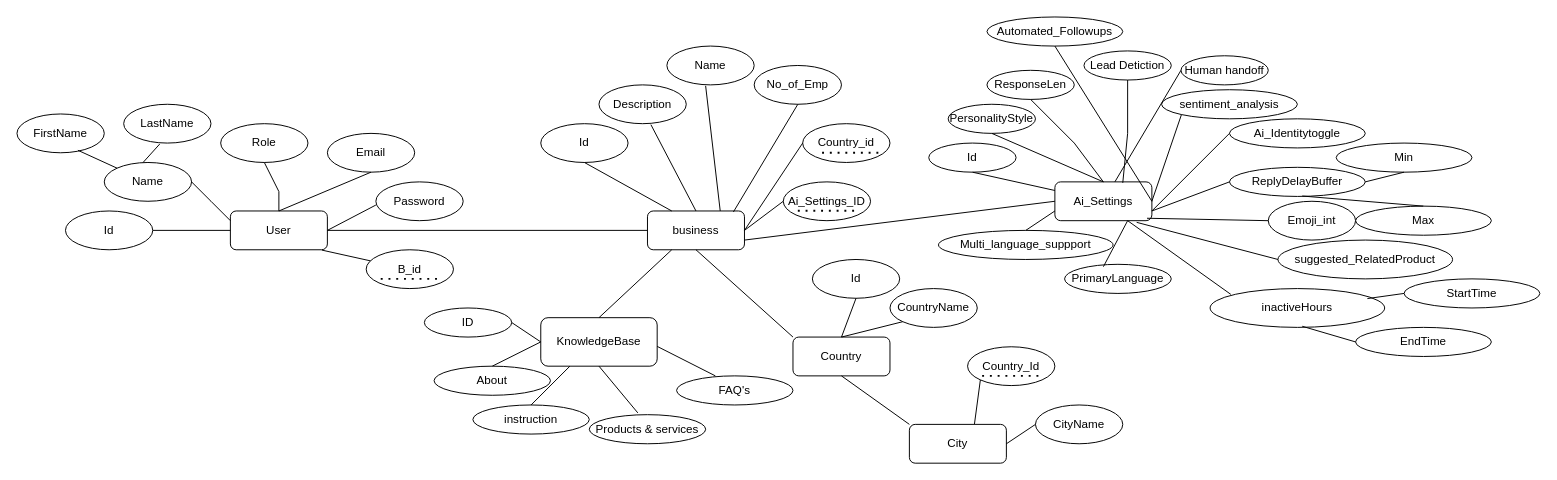
Earlier version of the draw.io diagram ErdCam.drawio (kiro314159265359/Adevanced_C02). Source tidied: cells renumbered, new cells numbered last; positions are measured from the earlier drawing's top-left corner, leaving out a move shared by most shapes. Both pictures are drawn from the tidied source at 97%, with x=0, y=0 at pixel (16, 16).
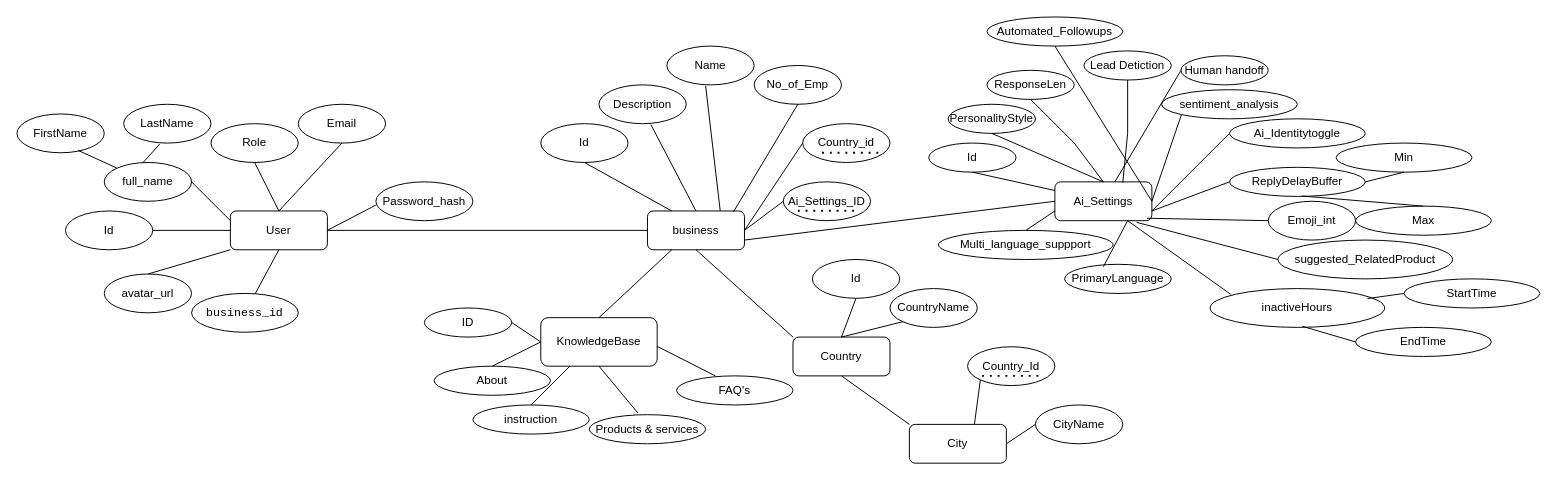
The same diagram, later.

The change refers to these unchanged cells:
```xml
<mxCell id="3" value="User" style="rounded=1;whiteSpace=wrap;html=1;" parent="1" vertex="1">
  <mxGeometry x="220" y="200" width="100" height="40" as="geometry" />
</mxCell>
<mxCell id="17" value="business" style="rounded=1;whiteSpace=wrap;html=1;" parent="1" vertex="1">
  <mxGeometry x="650" y="200" width="100" height="40" as="geometry" />
</mxCell>
```

The edit, as a diff of the source:
```diff
@@
-    <mxCell id="2" value="Name" style="ellipse;whiteSpace=wrap;html=1;" parent="1" vertex="1">
+    <mxCell id="2" value="full_name" style="ellipse;whiteSpace=wrap;html=1;" parent="1" vertex="1">
       <mxGeometry x="90" y="150" width="90" height="40" as="geometry" />
     </mxCell>
@@
     <mxCell id="9" value="Role" style="ellipse;whiteSpace=wrap;html=1;" parent="1" vertex="1">
-      <mxGeometry x="210" y="110" width="90" height="40" as="geometry" />
+      <mxGeometry x="200" y="110" width="90" height="40" as="geometry" />
     </mxCell>
     <mxCell id="10" style="endArrow=none;html=1;rounded=0;entryX=0.5;entryY=0;entryDx=0;entryDy=0;exitX=0.5;exitY=1;exitDx=0;exitDy=0;" parent="1" edge="1" source="9" target="3">
-      <mxGeometry relative="1" as="geometry">
-        <Array as="points">
-          <mxPoint x="270" y="180" />
-        </Array>
-      </mxGeometry>
+      <mxGeometry relative="1" as="geometry" />
     </mxCell>
@@
     <mxCell id="13" value="Email" style="ellipse;whiteSpace=wrap;html=1;" parent="1" vertex="1">
-      <mxGeometry x="320" y="120" width="90" height="40" as="geometry" />
+      <mxGeometry x="290" y="90" width="90" height="40" as="geometry" />
     </mxCell>
@@
-    <mxCell id="15" value="Password" style="ellipse;whiteSpace=wrap;html=1;" parent="1" vertex="1">
-      <mxGeometry x="370" y="170" width="90" height="40" as="geometry" />
+    <mxCell id="15" value="Password_hash" style="ellipse;whiteSpace=wrap;html=1;" parent="1" vertex="1">
+      <mxGeometry x="370" y="170" width="100" height="40" as="geometry" />
     </mxCell>
@@
-    <mxCell id="22" value="B_id" style="ellipse;whiteSpace=wrap;html=1;" parent="1" vertex="1">
-      <mxGeometry x="360" y="240" width="90" height="40" as="geometry" />
+    <mxCell id="22" value="&lt;code&gt;business_id&lt;/code&gt;" style="ellipse;whiteSpace=wrap;html=1;" parent="1" vertex="1">
+      <mxGeometry x="180" y="285" width="110" height="40" as="geometry" />
     </mxCell>
-    <mxCell id="23" style="endArrow=none;html=1;rounded=0;exitX=0.943;exitY=1.008;exitDx=0;exitDy=0;exitPerimeter=0;" parent="1" edge="1" source="3" target="22">
+    <mxCell id="23" style="endArrow=none;html=1;rounded=0;exitX=0.5;exitY=1;exitDx=0;exitDy=0;" parent="1" edge="1" source="3" target="22">
       <mxGeometry relative="1" as="geometry" />
     </mxCell>
-    <mxCell id="24" style="endArrow=none;dashed=1;html=1;dashPattern=1 3;strokeWidth=2;rounded=0;" parent="1" edge="1">
-      <mxGeometry relative="1" as="geometry">
-        <mxPoint x="375" y="270" as="sourcePoint" />
-        <mxPoint x="435" y="270" as="targetPoint" />
-        <Array as="points">
-          <mxPoint x="405" y="270" />
-        </Array>
-      </mxGeometry>
-    </mxCell>
-    <mxCell id="25" style="endArrow=none;html=1;rounded=0;entryX=1;entryY=0.5;entryDx=0;entryDy=0;exitX=0;exitY=0.5;exitDx=0;exitDy=0;" parent="1" edge="1" source="17" target="3">
-      <mxGeometry relative="1" as="geometry" />
+    <mxCell id="25" style="endArrow=none;html=1;rounded=0;entryX=1;entryY=0.5;entryDx=0;entryDy=0;" parent="1" edge="1" target="3">
+      <mxGeometry relative="1" as="geometry">
+        <mxPoint x="650" y="220" as="sourcePoint" />
+      </mxGeometry>
     </mxCell>
@@
+    <mxCell id="99" value="avatar_url" style="ellipse;whiteSpace=wrap;html=1;" parent="1" vertex="1">
+      <mxGeometry x="90" y="265" width="90" height="40" as="geometry" />
+    </mxCell>
+    <mxCell id="100" style="endArrow=none;html=1;rounded=0;entryX=0.5;entryY=0;entryDx=0;entryDy=0;exitX=0;exitY=1;exitDx=0;exitDy=0;" parent="1" edge="1" source="3" target="99">
+      <mxGeometry relative="1" as="geometry" />
+    </mxCell>
```
